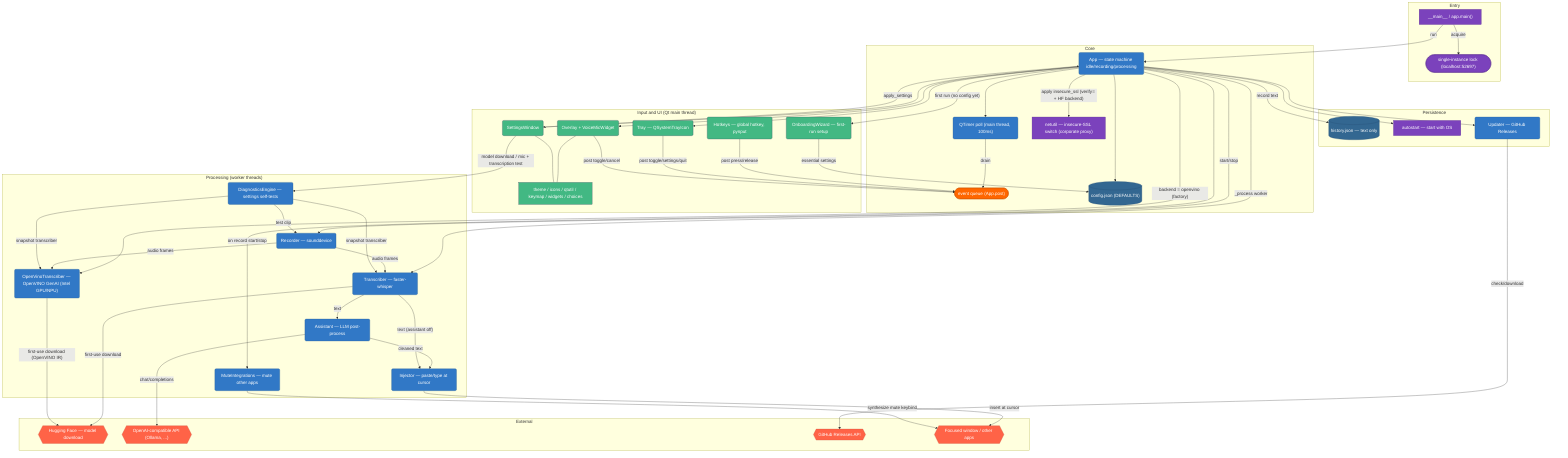
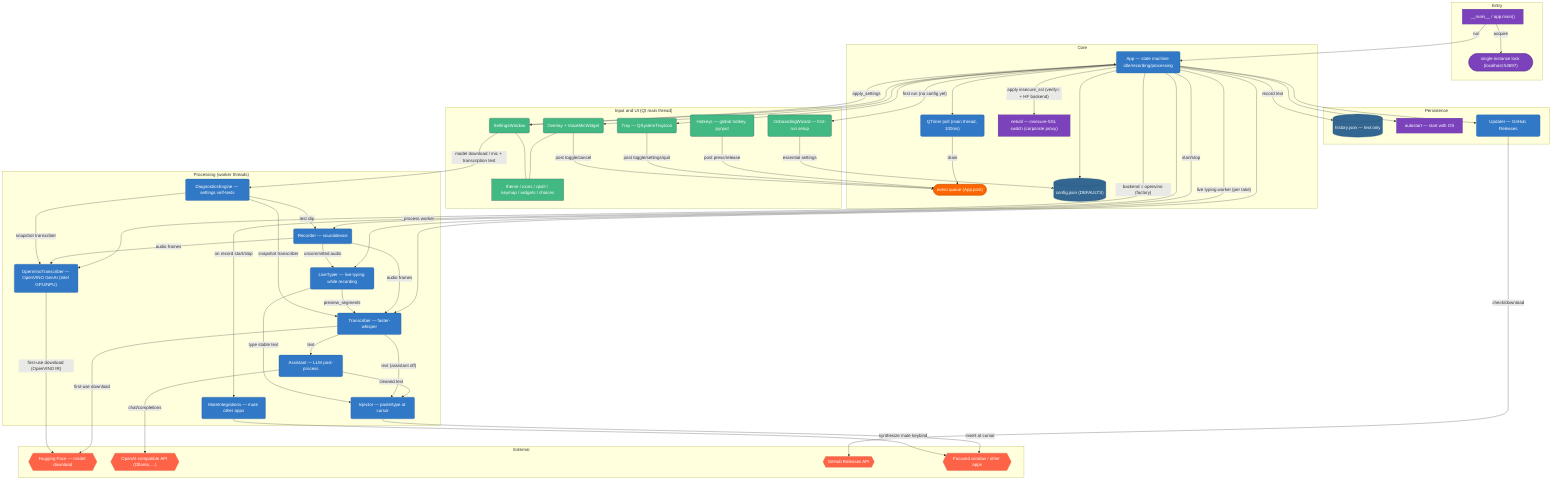
flowchart TD
    subgraph "Entry"
        Main["__main__ / app.main()"]:::infra
        Single(["single-instance lock (localhost:52697)"]):::infra
    end

    subgraph "Core"
        App("App — state machine idle/recording/processing"):::backend
        Events(["event queue (App.post)"]):::queue
        Poll("QTimer poll (main thread, 100ms)"):::backend
        Config[("config.json (DEFAULTS)")]:::database
        Net["netutil — insecure-SSL switch (corporate proxy)"]:::infra
    end

    subgraph "Input and UI (Qt main thread)"
        Hotkeys("Hotkeys — global hotkey, pynput"):::frontend
        Tray("Tray — QSystemTrayIcon"):::frontend
        Overlay("Overlay + VoiceMicWidget"):::frontend
        Settings("SettingsWindow"):::frontend
        Onboarding("OnboardingWizard — first-run setup"):::frontend
        Theme["theme / icons / qtutil / keymap / widgets / choices"]:::frontend
    end

    subgraph "Processing (worker threads)"
        Recorder("Recorder — sounddevice"):::backend
        Transcriber("Transcriber — faster-whisper"):::backend
        TranscriberOV("OpenVinoTranscriber — OpenVINO GenAI (Intel GPU/NPU)"):::backend
        Assistant("Assistant — LLM post-process"):::backend
        Injector("Injector — paste/type at cursor"):::backend
+         LiveType("LiveTyper — live typing while recording"):::backend
        Mute("MuteIntegrations — mute other apps"):::backend
        Diag("DiagnosticsEngine — settings self-tests"):::backend
    end

    subgraph "Persistence"
        History[("history.json — text only")]:::database
        Autostart["autostart — start with OS"]:::infra
        Updater("Updater — GitHub Releases"):::backend
    end

    subgraph "External"
        HF{{"Hugging Face — model download"}}:::external
        LLM{{"OpenAI-compatible API (Ollama, ...)"}}:::external
        GH{{"GitHub Releases API"}}:::external
        OS{{"Focused window / other apps"}}:::external
    end

    Main -->|"acquire"| Single
    Main -->|"run"| App
    App --> Config
    App -->|"apply insecure_ssl (verify= + HF backend)"| Net
    App --> Poll
    Poll -->|"drain"| Events

    Hotkeys -->|"post press/release"| Events
    Tray -->|"post toggle/settings/quit"| Events
    Overlay -->|"post toggle/cancel"| Events
    Settings -->|"apply_settings"| App
    App --> Tray
    App --> Overlay
    App --> Settings
    App -->|"first run (no config yet)"| Onboarding
    Onboarding -->|"essential settings"| Config
    Overlay --- Theme
    Settings --- Theme

    App -->|"start/stop"| Recorder
    App -->|"_process worker"| Transcriber
    App -->|"backend = openvino (factory)"| TranscriberOV
    Recorder -->|"audio frames"| Transcriber
    Recorder -->|"audio frames"| TranscriberOV
    Transcriber -->|"text"| Assistant
    Assistant -->|"cleaned text"| Injector
    Transcriber -->|"text (assistant off)"| Injector
    App -->|"on record start/stop"| Mute
+     App -->|"live typing worker (per take)"| LiveType
+     Recorder -->|"uncommitted audio"| LiveType
+     LiveType -->|"preview_segments"| Transcriber
+     LiveType -->|"type stable text"| Injector

    Settings -->|"model download / mic + transcription test"| Diag
    Diag -->|"test clip"| Recorder
    Diag -->|"snapshot transcriber"| Transcriber
    Diag -->|"snapshot transcriber"| TranscriberOV

    Injector -->|"insert at cursor"| OS
    Mute -->|"synthesize mute keybind"| OS
    Transcriber -->|"first-use download"| HF
    TranscriberOV -->|"first-use download (OpenVINO IR)"| HF
    Assistant -->|"chat/completions"| LLM
    Updater -->|"check/download"| GH
    App --> Updater
    App -->|"record text"| History
    App --> Autostart

    click Main "src/listen_to_me/app.py"
    click App "src/listen_to_me/app.py"
    click Config "src/listen_to_me/config.py"
    click Hotkeys "src/listen_to_me/hotkeys.py"
    click Tray "src/listen_to_me/tray.py"
    click Overlay "src/listen_to_me/overlay.py"
    click Settings "src/listen_to_me/settings_ui.py"
    click Onboarding "src/listen_to_me/onboarding.py"
    click Recorder "src/listen_to_me/audio.py"
    click Transcriber "src/listen_to_me/transcriber.py"
    click TranscriberOV "src/listen_to_me/transcriber_openvino.py"
    click Assistant "src/listen_to_me/assistant.py"
    click Injector "src/listen_to_me/injector.py"
+     click LiveType "src/listen_to_me/livetype.py"
    click Mute "src/listen_to_me/integrations.py"
    click History "src/listen_to_me/history.py"
    click Autostart "src/listen_to_me/autostart.py"
    click Updater "src/listen_to_me/updater.py"
    click Net "src/listen_to_me/netutil.py"
    click Diag "src/listen_to_me/diagnostics.py"

    classDef frontend fill:#42b883,stroke:#35495e,color:#fff
    classDef backend fill:#3178c6,stroke:#265a8f,color:#fff
    classDef database fill:#336791,stroke:#264d73,color:#fff
    classDef queue fill:#ff6600,stroke:#cc5200,color:#fff
    classDef external fill:#ff6347,stroke:#cc4f39,color:#fff
    classDef infra fill:#7b42bc,stroke:#5e338f,color:#fff
